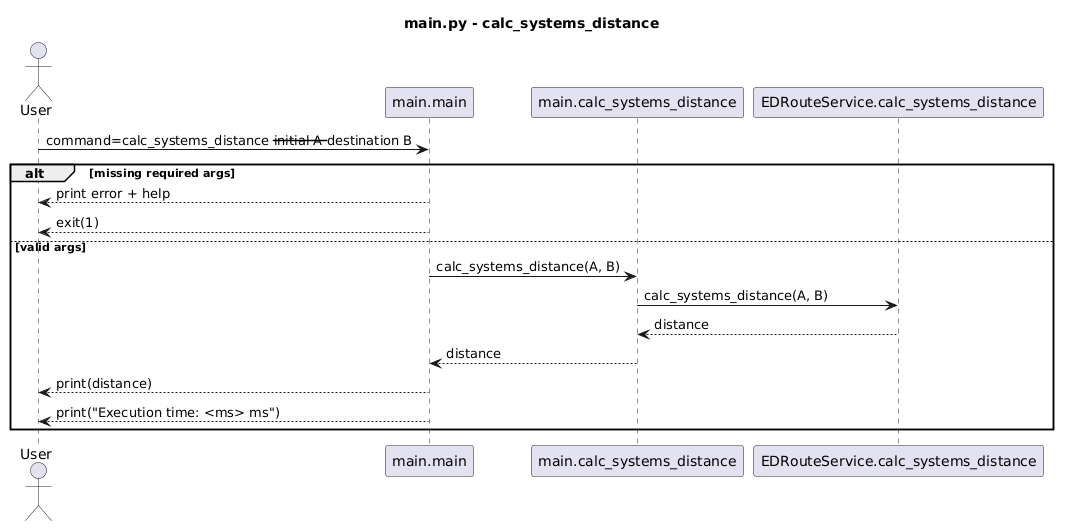
Before: docs/main_sequences/main_calc_systems_distance.png, a diagram exported from PlantUML (fazleskhan/elite_dangerous_discord_tools).
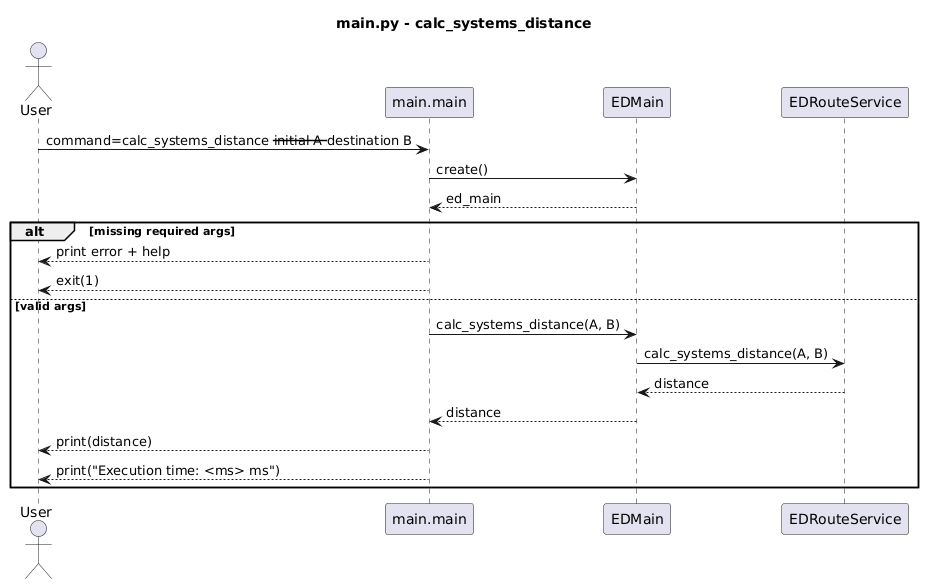
Above is the later version.

Diff of the diagram source:
```diff
@@ -3,18 +3,21 @@
 
 actor User
 participant "main.main" as Main
-participant "main.calc_systems_distance" as Calc
-participant "EDRouteService.calc_systems_distance" as Route
+participant "EDMain" as EDMain
+participant "EDRouteService" as Route
 
 User -> Main : command=calc_systems_distance --initial A --destination B
+Main -> EDMain : create()
+EDMain --> Main : ed_main
+
 alt missing required args
   Main --> User : print error + help
   Main --> User : exit(1)
 else valid args
-  Main -> Calc : calc_systems_distance(A, B)
-  Calc -> Route : calc_systems_distance(A, B)
-  Route --> Calc : distance
-  Calc --> Main : distance
+  Main -> EDMain : calc_systems_distance(A, B)
+  EDMain -> Route : calc_systems_distance(A, B)
+  Route --> EDMain : distance
+  EDMain --> Main : distance
   Main --> User : print(distance)
   Main --> User : print("Execution time: <ms> ms")
 end
```
